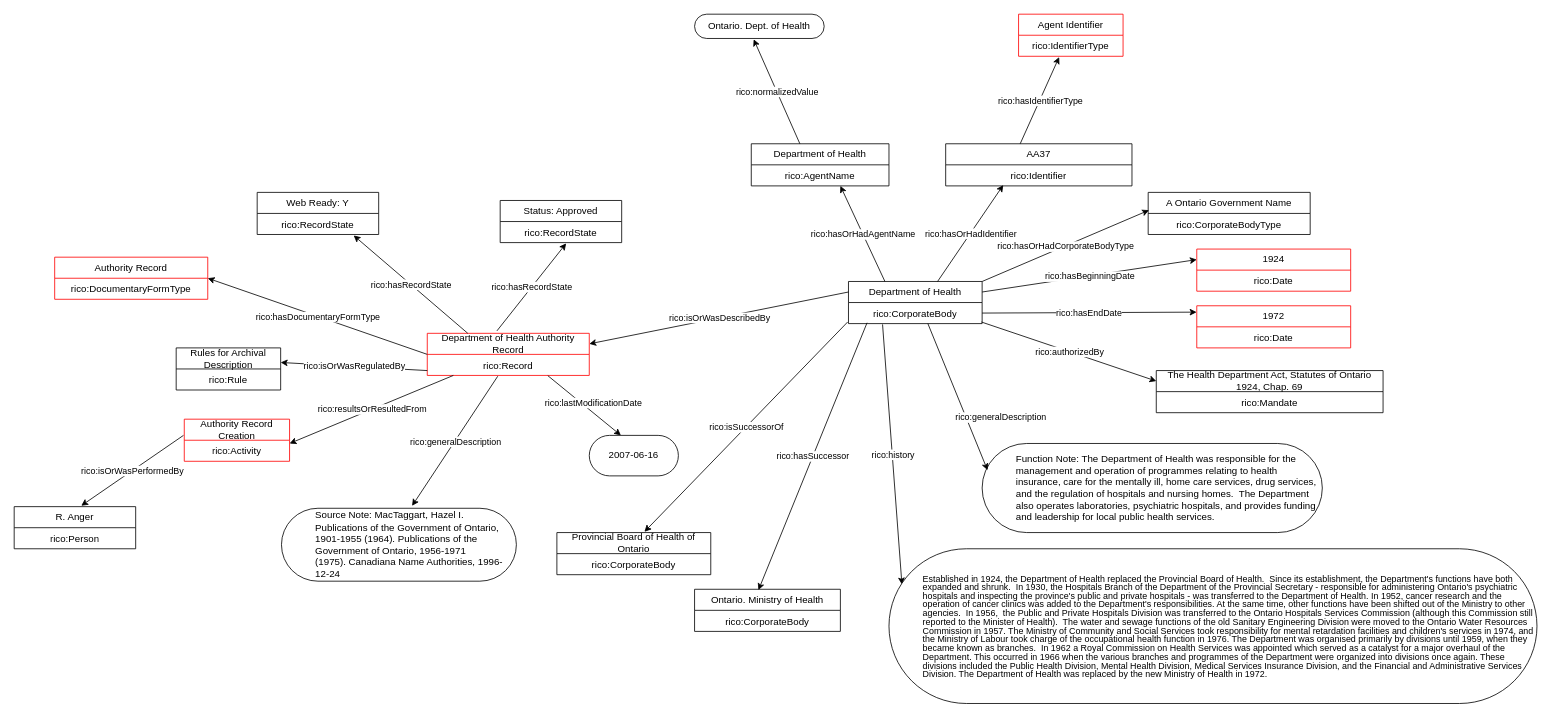
williamsonrichard/records_in_contexts_draw_io_parser keeps this draw.io diagram as gbad/AA/37/AA37 Department of Health.drawio. Above is the earlier version. Source tidied: cells renumbered, new cells numbered last; positions are measured from the earlier drawing's top-left corner, leaving out a move shared by most shapes. Both pictures are drawn from the tidied source at 81%, with x=0, y=0 at pixel (14, 14).
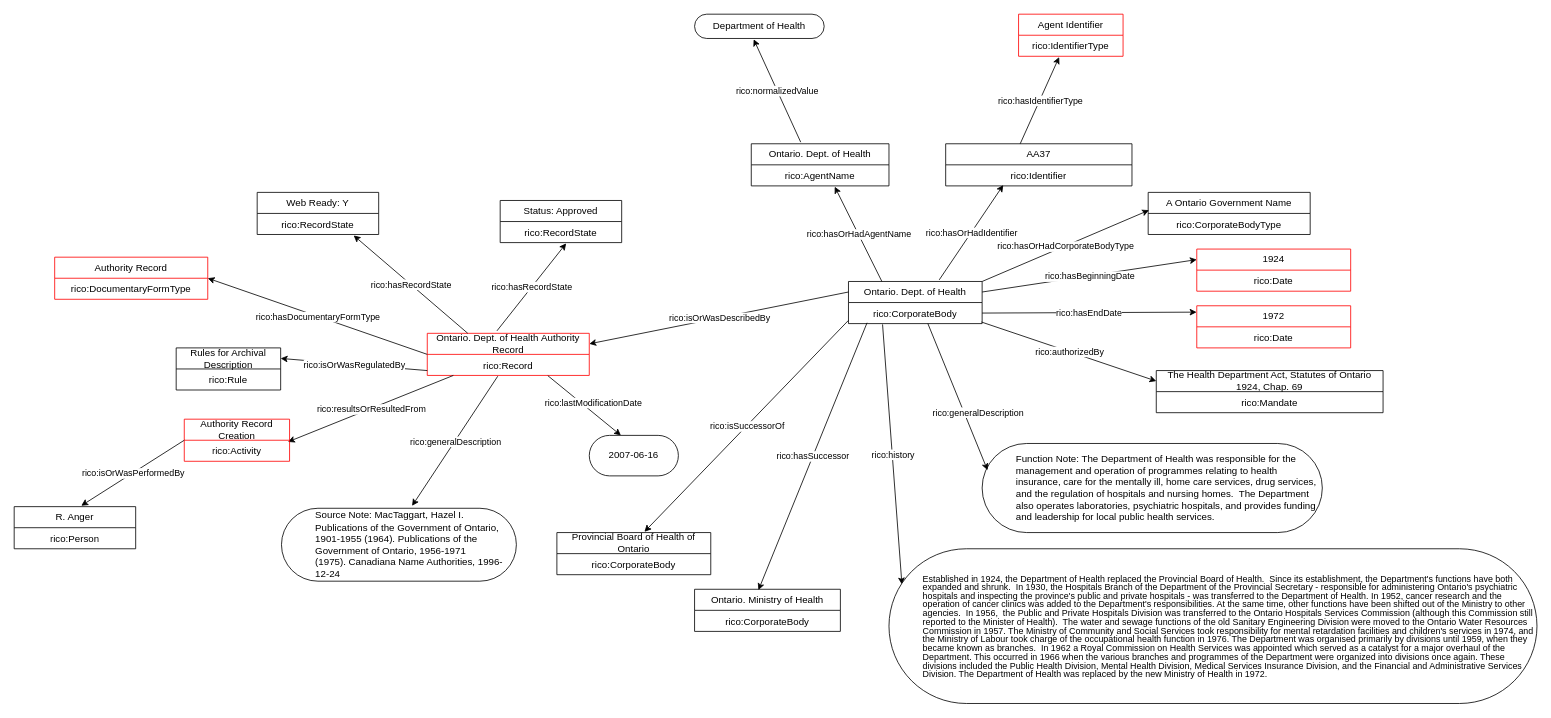
Above is the later version.

The change refers to these unchanged cells:
```xml
<mxCell id="6" value="rico:Identifier&lt;div&gt;&lt;br&gt;&lt;/div&gt;" style="text;strokeColor=none;fillColor=none;align=center;verticalAlign=top;spacingLeft=4;spacingRight=4;overflow=hidden;points=[[0,0.5],[1,0.5]];portConstraint=eastwest;whiteSpace=wrap;html=1;" parent="5" vertex="1">
  <mxGeometry y="26" width="230" height="26" as="geometry" />
</mxCell>
<mxCell id="14" value="rico:AgentName&lt;div&gt;&lt;br&gt;&lt;/div&gt;" style="text;strokeColor=none;fillColor=none;align=center;verticalAlign=top;spacingLeft=4;spacingRight=4;overflow=hidden;points=[[0,0.5],[1,0.5]];portConstraint=eastwest;whiteSpace=wrap;html=1;" parent="13" vertex="1">
  <mxGeometry y="26" width="170" height="26" as="geometry" />
</mxCell>
<mxCell id="33" value="rico:Record" style="text;strokeColor=none;fillColor=none;align=center;verticalAlign=top;spacingLeft=4;spacingRight=4;overflow=hidden;points=[[0,0.5],[1,0.5]];portConstraint=eastwest;whiteSpace=wrap;html=1;" parent="32" vertex="1">
  <mxGeometry y="26" width="200" height="26" as="geometry" />
</mxCell>
<mxCell id="42" value="Rules for Archival Description" style="swimlane;fontStyle=0;horizontal=1;startSize=26;fillColor=none;whiteSpace=wrap;html=1;" parent="1" vertex="1">
  <mxGeometry x="200" y="412" width="129" height="52" as="geometry" />
</mxCell>
<mxCell id="46" value="Authority Record Creation" style="swimlane;fontStyle=0;horizontal=1;startSize=26;fillColor=none;whiteSpace=wrap;html=1;strokeColor=#FF0000;" parent="1" vertex="1">
  <mxGeometry x="210" y="500" width="130" height="52" as="geometry" />
</mxCell>
<mxCell id="47" value="rico:Activity" style="text;strokeColor=none;fillColor=none;align=center;verticalAlign=top;spacingLeft=4;spacingRight=4;overflow=hidden;points=[[0,0.5],[1,0.5]];portConstraint=eastwest;whiteSpace=wrap;html=1;" parent="46" vertex="1">
  <mxGeometry y="26" width="130" height="26" as="geometry" />
</mxCell>
<mxCell id="50" value="R. Anger" style="swimlane;fontStyle=0;horizontal=1;startSize=26;fillColor=none;whiteSpace=wrap;html=1;" parent="1" vertex="1">
  <mxGeometry y="608" width="150" height="52" as="geometry" />
</mxCell>
<mxCell id="64" style="endArrow=classic;html=1;rounded=0;exitX=0.594;exitY=1;exitDx=0;exitDy=0;exitPerimeter=0;entryX=0.016;entryY=0.3;entryDx=0;entryDy=0;entryPerimeter=0;" parent="1" edge="1" source="67" target="63">
  <mxGeometry relative="1" as="geometry" />
</mxCell>
<mxCell id="67" value="rico:CorporateBody" style="text;strokeColor=none;fillColor=none;align=center;verticalAlign=top;spacingLeft=4;spacingRight=4;overflow=hidden;points=[[0,0.5],[1,0.5]];portConstraint=eastwest;whiteSpace=wrap;html=1;" parent="66" vertex="1">
  <mxGeometry y="26" width="165" height="26" as="geometry" />
</mxCell>
<mxCell id="68" value="Provincial Board of Health of Ontario" style="swimlane;fontStyle=0;horizontal=1;startSize=26;fillColor=none;whiteSpace=wrap;html=1;strokeColor=#000000;" parent="1" vertex="1">
  <mxGeometry x="670" y="640" width="190" height="52" as="geometry" />
</mxCell>
```

Diff of the diagram source:
```diff
@@
-    <mxCell id="2" style="endArrow=classic;html=1;rounded=0;entryX=0.456;entryY=1.033;entryDx=0;entryDy=0;entryPerimeter=0;" parent="1" edge="1" target="4">
-      <mxGeometry relative="1" as="geometry">
-        <mxPoint x="970" y="160" as="sourcePoint" />
-      </mxGeometry>
+    <mxCell id="2" style="endArrow=classic;html=1;rounded=0;entryX=0.456;entryY=1.033;entryDx=0;entryDy=0;entryPerimeter=0;exitX=0.359;exitY=-0.038;exitDx=0;exitDy=0;exitPerimeter=0;" parent="1" edge="1" source="13" target="4">
+      <mxGeometry relative="1" as="geometry" />
     </mxCell>
@@
-    <mxCell id="4" value="Ontario. Dept. of Health" style="html=1;whiteSpace=wrap;rounded=1;arcSize=50;strokeColor=#000000;" parent="1" vertex="1">
+    <mxCell id="4" value="Department of Health" style="html=1;whiteSpace=wrap;rounded=1;arcSize=50;strokeColor=#000000;" parent="1" vertex="1">
       <mxGeometry x="840" width="160" height="30" as="geometry" />
     </mxCell>
@@
-    <mxCell id="7" style="endArrow=classic;html=1;rounded=0;entryX=0.309;entryY=0.962;entryDx=0;entryDy=0;entryPerimeter=0;" parent="1" edge="1" target="6">
-      <mxGeometry relative="1" as="geometry">
-        <mxPoint x="1140" y="330" as="sourcePoint" />
-      </mxGeometry>
+    <mxCell id="7" style="endArrow=classic;html=1;rounded=0;entryX=0.309;entryY=0.962;entryDx=0;entryDy=0;entryPerimeter=0;exitX=0.679;exitY=-0.038;exitDx=0;exitDy=0;exitPerimeter=0;" parent="1" edge="1" source="66" target="6">
+      <mxGeometry relative="1" as="geometry" />
     </mxCell>
@@
-    <mxCell id="13" value="Department of Health" style="swimlane;fontStyle=0;horizontal=1;startSize=26;fillColor=none;whiteSpace=wrap;html=1;strokeColor=#000000;" parent="1" vertex="1">
+    <mxCell id="13" value="Ontario. Dept. of Health" style="swimlane;fontStyle=0;horizontal=1;startSize=26;fillColor=none;whiteSpace=wrap;html=1;strokeColor=#000000;" parent="1" vertex="1">
       <mxGeometry x="910" y="160" width="170" height="52" as="geometry" />
     </mxCell>
@@
-    <mxCell id="15" style="endArrow=classic;html=1;rounded=0;exitX=0.25;exitY=0;exitDx=0;exitDy=0;" parent="1" edge="1">
-      <mxGeometry relative="1" as="geometry">
-        <mxPoint x="1075" y="330" as="sourcePoint" />
-        <mxPoint x="1020" y="212" as="targetPoint" />
-      </mxGeometry>
+    <mxCell id="15" style="endArrow=classic;html=1;rounded=0;exitX=0.25;exitY=0;exitDx=0;exitDy=0;entryX=0.606;entryY=1.038;entryDx=0;entryDy=0;entryPerimeter=0;" parent="1" edge="1" source="66" target="14">
+      <mxGeometry relative="1" as="geometry" />
     </mxCell>
@@
-    <mxCell id="32" value="Department of Health Authority Record" style="swimlane;fontStyle=0;horizontal=1;startSize=26;fillColor=none;whiteSpace=wrap;html=1;strokeColor=#FF0000;" parent="1" vertex="1">
+    <mxCell id="32" value="Ontario. Dept. of Health&amp;nbsp;Authority Record" style="swimlane;fontStyle=0;horizontal=1;startSize=26;fillColor=none;whiteSpace=wrap;html=1;strokeColor=#FF0000;" parent="1" vertex="1">
       <mxGeometry x="510" y="394" width="200" height="52" as="geometry" />
     </mxCell>
@@
-    <mxCell id="34" style="endArrow=classic;html=1;rounded=0;exitX=0;exitY=0.25;exitDx=0;exitDy=0;entryX=1;entryY=0.25;entryDx=0;entryDy=0;" parent="1" edge="1" target="32">
-      <mxGeometry relative="1" as="geometry">
-        <mxPoint x="1030" y="343" as="sourcePoint" />
-      </mxGeometry>
+    <mxCell id="34" style="endArrow=classic;html=1;rounded=0;entryX=1;entryY=0.25;entryDx=0;entryDy=0;exitX=0;exitY=0.25;exitDx=0;exitDy=0;" parent="1" edge="1" source="66" target="32">
+      <mxGeometry relative="1" as="geometry" />
     </mxCell>
@@
-    <mxCell id="40" style="endArrow=classic;html=1;rounded=0;exitX=0;exitY=0.769;exitDx=0;exitDy=0;exitPerimeter=0;" parent="1" edge="1" source="33">
-      <mxGeometry relative="1" as="geometry">
-        <mxPoint x="329" y="430" as="targetPoint" />
-      </mxGeometry>
+    <mxCell id="40" style="endArrow=classic;html=1;rounded=0;exitX=0;exitY=0.769;exitDx=0;exitDy=0;exitPerimeter=0;entryX=1;entryY=0.25;entryDx=0;entryDy=0;" parent="1" edge="1" source="33" target="42">
+      <mxGeometry relative="1" as="geometry" />
     </mxCell>
@@
-    <mxCell id="44" style="endArrow=classic;html=1;rounded=0;exitX=0.161;exitY=1;exitDx=0;exitDy=0;exitPerimeter=0;" parent="1" edge="1" source="33">
-      <mxGeometry relative="1" as="geometry">
-        <mxPoint x="340" y="530" as="targetPoint" />
-      </mxGeometry>
+    <mxCell id="44" style="endArrow=classic;html=1;rounded=0;exitX=0.161;exitY=1;exitDx=0;exitDy=0;exitPerimeter=0;entryX=0.985;entryY=0.077;entryDx=0;entryDy=0;entryPerimeter=0;" parent="1" edge="1" source="33" target="47">
+      <mxGeometry relative="1" as="geometry" />
     </mxCell>
@@
-    <mxCell id="48" style="endArrow=classic;html=1;rounded=0;entryX=0.552;entryY=-0.022;entryDx=0;entryDy=0;entryPerimeter=0;" parent="1" edge="1" target="50">
-      <mxGeometry relative="1" as="geometry">
-        <mxPoint x="209" y="520" as="sourcePoint" />
-      </mxGeometry>
+    <mxCell id="48" style="endArrow=classic;html=1;rounded=0;entryX=0.552;entryY=-0.022;entryDx=0;entryDy=0;entryPerimeter=0;exitX=0;exitY=0.5;exitDx=0;exitDy=0;" parent="1" edge="1" source="46" target="50">
+      <mxGeometry relative="1" as="geometry" />
     </mxCell>
@@
     <mxCell id="65" value="rico:generalDescription" style="edgeLabel;html=1;align=center;verticalAlign=middle;" parent="64" vertex="1">
       <mxGeometry relative="1" as="geometry">
-        <mxPoint x="53" y="25" as="offset" />
+        <mxPoint x="25" y="19" as="offset" />
       </mxGeometry>
     </mxCell>
-    <mxCell id="66" value="Department of Health" style="swimlane;fontStyle=0;horizontal=1;startSize=26;fillColor=none;whiteSpace=wrap;html=1;" parent="1" vertex="1">
+    <mxCell id="66" value="Ontario. Dept. of Health" style="swimlane;fontStyle=0;horizontal=1;startSize=26;fillColor=none;whiteSpace=wrap;html=1;" parent="1" vertex="1">
       <mxGeometry x="1030" y="330" width="165" height="52" as="geometry" />
     </mxCell>
@@
-    <mxCell id="70" style="endArrow=classic;html=1;rounded=0;entryX=0.569;entryY=-0.019;entryDx=0;entryDy=0;entryPerimeter=0;" parent="1" edge="1" target="68">
-      <mxGeometry relative="1" as="geometry">
-        <mxPoint x="1029" y="380" as="sourcePoint" />
-      </mxGeometry>
+    <mxCell id="70" style="endArrow=classic;html=1;rounded=0;entryX=0.569;entryY=-0.019;entryDx=0;entryDy=0;entryPerimeter=0;exitX=0;exitY=0.846;exitDx=0;exitDy=0;exitPerimeter=0;" parent="1" edge="1" source="67" target="68">
+      <mxGeometry relative="1" as="geometry" />
     </mxCell>
```
